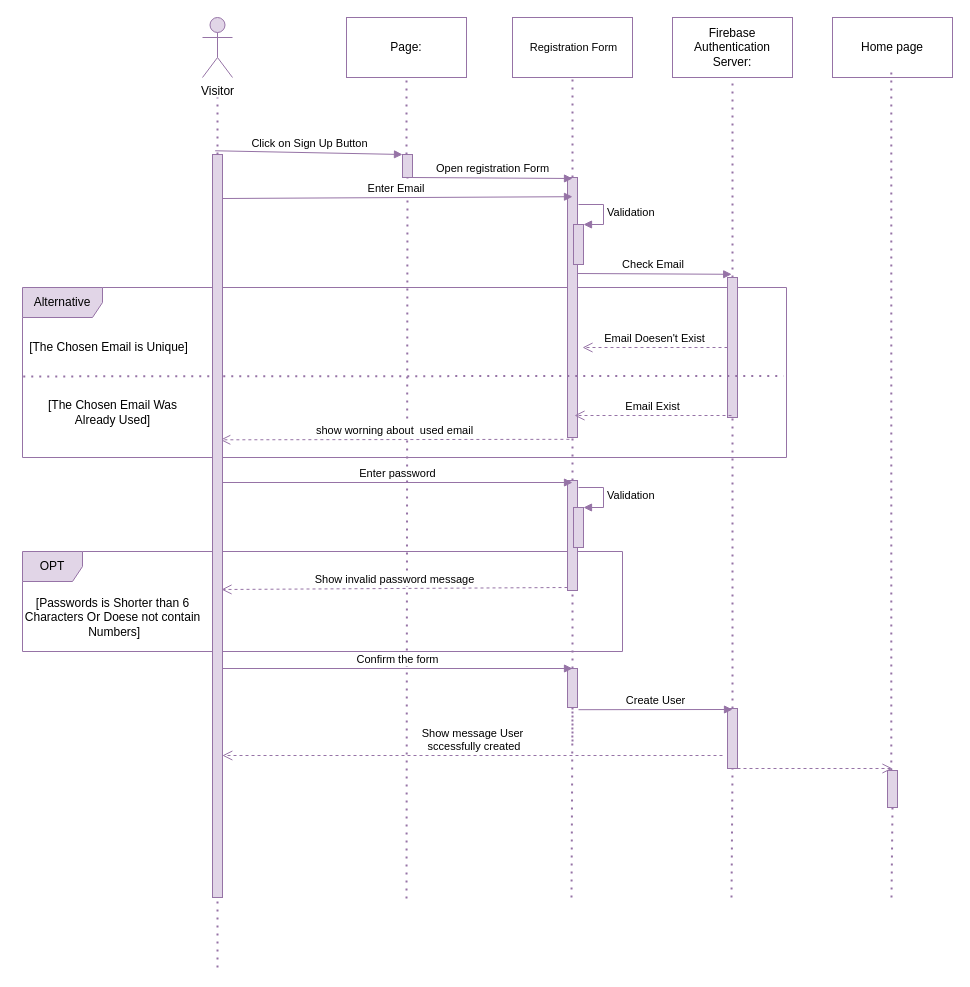
Before: page "Page-1" (1 of 2) of seq_reg.drawio in it-sCats/Fluke, a draw.io diagram. Source tidied: cells renumbered, new cells numbered last; positions are measured from the earlier drawing's top-left corner, leaving out a move shared by most shapes. Both pictures are drawn from the tidied source at 100%, with x=0, y=0 at pixel (17, 17).
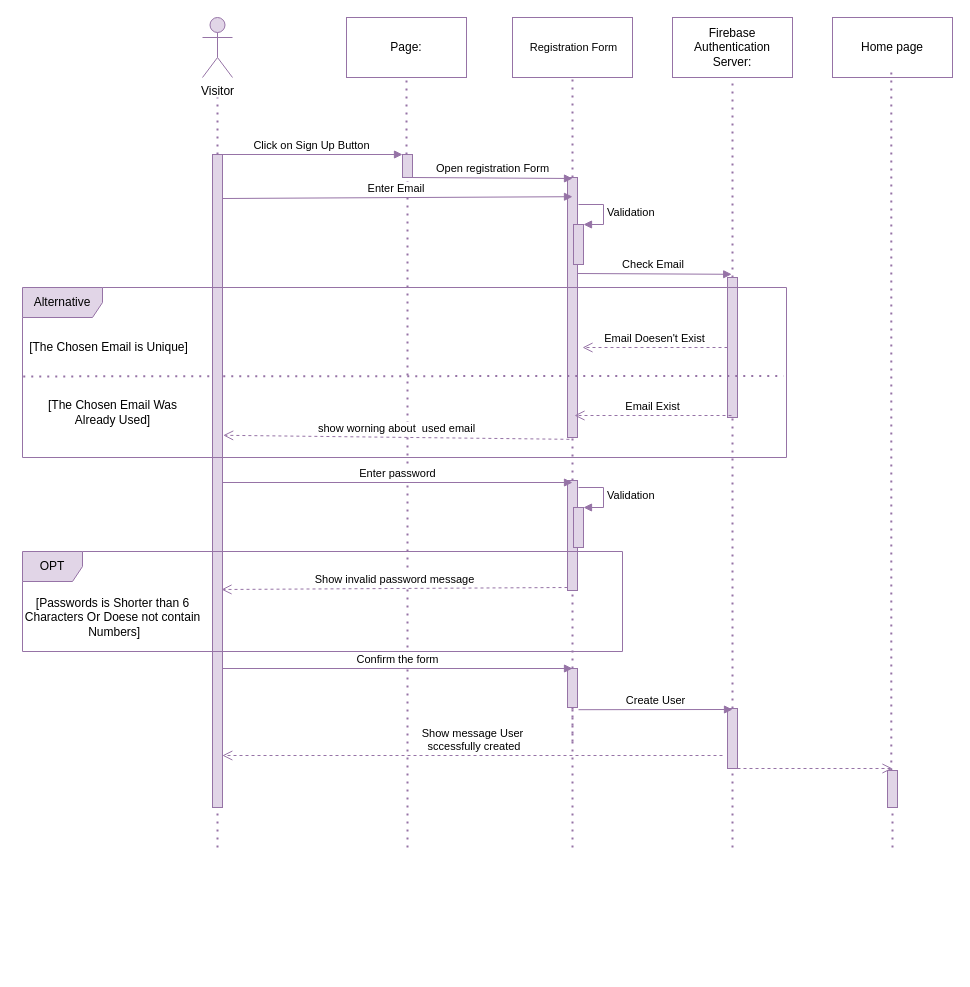
The same page after the edit.

Unchanged cells that the change refers to:
```xml
<mxCell id="8" style="html=1;points=[];perimeter=orthogonalPerimeter;fillColor=#e1d5e7;strokeColor=#9673a6;" parent="1" vertex="1">
  <mxGeometry x="385" y="137" width="10" height="23" as="geometry" />
</mxCell>
<mxCell id="17" style="html=1;points=[];perimeter=orthogonalPerimeter;fillColor=#e1d5e7;strokeColor=#9673a6;" parent="1" vertex="1">
  <mxGeometry x="550" y="160" width="10" height="260" as="geometry" />
</mxCell>
<mxCell id="38" style="html=1;points=[];perimeter=orthogonalPerimeter;fillColor=#e1d5e7;strokeColor=#9673a6;" parent="1" vertex="1">
  <mxGeometry x="550" y="651" width="10" height="39" as="geometry" />
</mxCell>
<mxCell id="41" style="html=1;points=[];perimeter=orthogonalPerimeter;fillColor=#e1d5e7;strokeColor=#9673a6;" parent="1" vertex="1">
  <mxGeometry x="710" y="691" width="10" height="60" as="geometry" />
</mxCell>
<mxCell id="44" style="html=1;points=[];perimeter=orthogonalPerimeter;fillColor=#e1d5e7;strokeColor=#9673a6;" parent="1" vertex="1">
  <mxGeometry x="870" y="753" width="10" height="37" as="geometry" />
</mxCell>
```

The edit, as a diff of the source:
```diff
@@
-    <mxCell id="2" value="OPT" style="shape=umlFrame;whiteSpace=wrap;html=1;fillColor=#e1d5e7;strokeColor=#9673a6;" parent="1" vertex="1">
-      <mxGeometry x="5" y="534" width="600" height="100" as="geometry" />
-    </mxCell>
-    <mxCell id="3" value="Alternative" style="shape=umlFrame;whiteSpace=wrap;html=1;width=80;height=30;fillColor=#e1d5e7;strokeColor=#9673a6;" parent="1" vertex="1">
-      <mxGeometry x="5" y="270" width="764" height="170" as="geometry" />
-    </mxCell>
@@
     <mxCell id="9" style="endArrow=none;dashed=1;html=1;dashPattern=1 3;strokeWidth=2;entryX=0.5;entryY=1;entryDx=0;entryDy=0;fillColor=#e1d5e7;strokeColor=#9673a6;" parent="1" edge="1" target="8">
       <mxGeometry relative="1" as="geometry">
-        <mxPoint x="389" y="881.1" as="sourcePoint" />
+        <mxPoint x="390" y="830" as="sourcePoint" />
       </mxGeometry>
     </mxCell>
-    <mxCell id="10" value="Click on Sign Up Button" style="html=1;verticalAlign=bottom;endArrow=block;exitX=0.267;exitY=-0.005;exitDx=0;exitDy=0;exitPerimeter=0;fillColor=#e1d5e7;strokeColor=#9673a6;" parent="1" edge="1" source="34" target="8">
+    <mxCell id="10" value="Click on Sign Up Button" style="html=1;verticalAlign=bottom;endArrow=block;exitX=0.667;exitY=0;exitDx=0;exitDy=0;exitPerimeter=0;fillColor=#e1d5e7;strokeColor=#9673a6;" parent="1" edge="1" source="34" target="8">
       <mxGeometry relative="1" as="geometry" />
     </mxCell>
@@
     <mxCell id="19" style="endArrow=none;dashed=1;html=1;dashPattern=1 3;strokeWidth=2;fillColor=#e1d5e7;strokeColor=#9673a6;" parent="1" edge="1">
       <mxGeometry relative="1" as="geometry">
-        <mxPoint x="200" y="950" as="sourcePoint" />
+        <mxPoint x="200" y="830" as="sourcePoint" />
         <mxPoint x="200" y="621" as="targetPoint" />
       </mxGeometry>
     </mxCell>
@@
-    <mxCell id="28" value="show worning about&amp;nbsp; used email" style="html=1;verticalAlign=bottom;endArrow=open;dashed=1;endSize=8;fillColor=#e1d5e7;strokeColor=#9673a6;exitX=0.186;exitY=1.007;exitDx=0;exitDy=0;exitPerimeter=0;entryX=0.776;entryY=0.384;entryDx=0;entryDy=0;entryPerimeter=0;" parent="1" edge="1" source="17" target="34">
+    <mxCell id="28" value="show worning about&amp;nbsp; used email" style="html=1;verticalAlign=bottom;endArrow=open;dashed=1;endSize=8;fillColor=#e1d5e7;strokeColor=#9673a6;exitX=0.186;exitY=1.007;exitDx=0;exitDy=0;exitPerimeter=0;entryX=1.067;entryY=0.43;entryDx=0;entryDy=0;entryPerimeter=0;" parent="1" edge="1" source="17" target="34">
       <mxGeometry relative="1" as="geometry" />
     </mxCell>
@@
     <mxCell id="34" style="html=1;points=[];perimeter=orthogonalPerimeter;fillColor=#e1d5e7;strokeColor=#9673a6;" parent="1" vertex="1">
-      <mxGeometry x="195" y="137" width="10" height="743" as="geometry" />
+      <mxGeometry x="195" y="137" width="10" height="653" as="geometry" />
     </mxCell>
@@
     <mxCell id="39" style="endArrow=none;dashed=1;html=1;dashPattern=1 3;strokeWidth=2;entryX=0.5;entryY=1;entryDx=0;entryDy=0;fillColor=#e1d5e7;strokeColor=#9673a6;" parent="1" edge="1" target="38">
       <mxGeometry relative="1" as="geometry">
-        <mxPoint x="554" y="880" as="sourcePoint" />
+        <mxPoint x="555" y="830" as="sourcePoint" />
       </mxGeometry>
     </mxCell>
@@
     <mxCell id="42" style="endArrow=none;dashed=1;html=1;dashPattern=1 3;strokeWidth=2;entryX=0.5;entryY=1;entryDx=0;entryDy=0;fillColor=#e1d5e7;strokeColor=#9673a6;" parent="1" edge="1" target="41">
       <mxGeometry relative="1" as="geometry">
-        <mxPoint x="714" y="880" as="sourcePoint" />
+        <mxPoint x="715" y="830" as="sourcePoint" />
       </mxGeometry>
     </mxCell>
@@
     <mxCell id="45" style="endArrow=none;dashed=1;html=1;dashPattern=1 3;strokeWidth=2;entryX=0.5;entryY=1;entryDx=0;entryDy=0;fillColor=#e1d5e7;strokeColor=#9673a6;" parent="1" edge="1" target="44">
       <mxGeometry relative="1" as="geometry">
-        <mxPoint x="874" y="880" as="sourcePoint" />
+        <mxPoint x="875" y="830" as="sourcePoint" />
       </mxGeometry>
     </mxCell>
@@
+    <mxCell id="2" value="OPT" style="shape=umlFrame;whiteSpace=wrap;html=1;fillColor=#e1d5e7;strokeColor=#9673a6;" parent="1" vertex="1">
+      <mxGeometry x="5" y="534" width="600" height="100" as="geometry" />
+    </mxCell>
+    <mxCell id="3" value="Alternative" style="shape=umlFrame;whiteSpace=wrap;html=1;width=80;height=30;fillColor=#e1d5e7;strokeColor=#9673a6;" parent="1" vertex="1">
+      <mxGeometry x="5" y="270" width="764" height="170" as="geometry" />
+    </mxCell>
```
